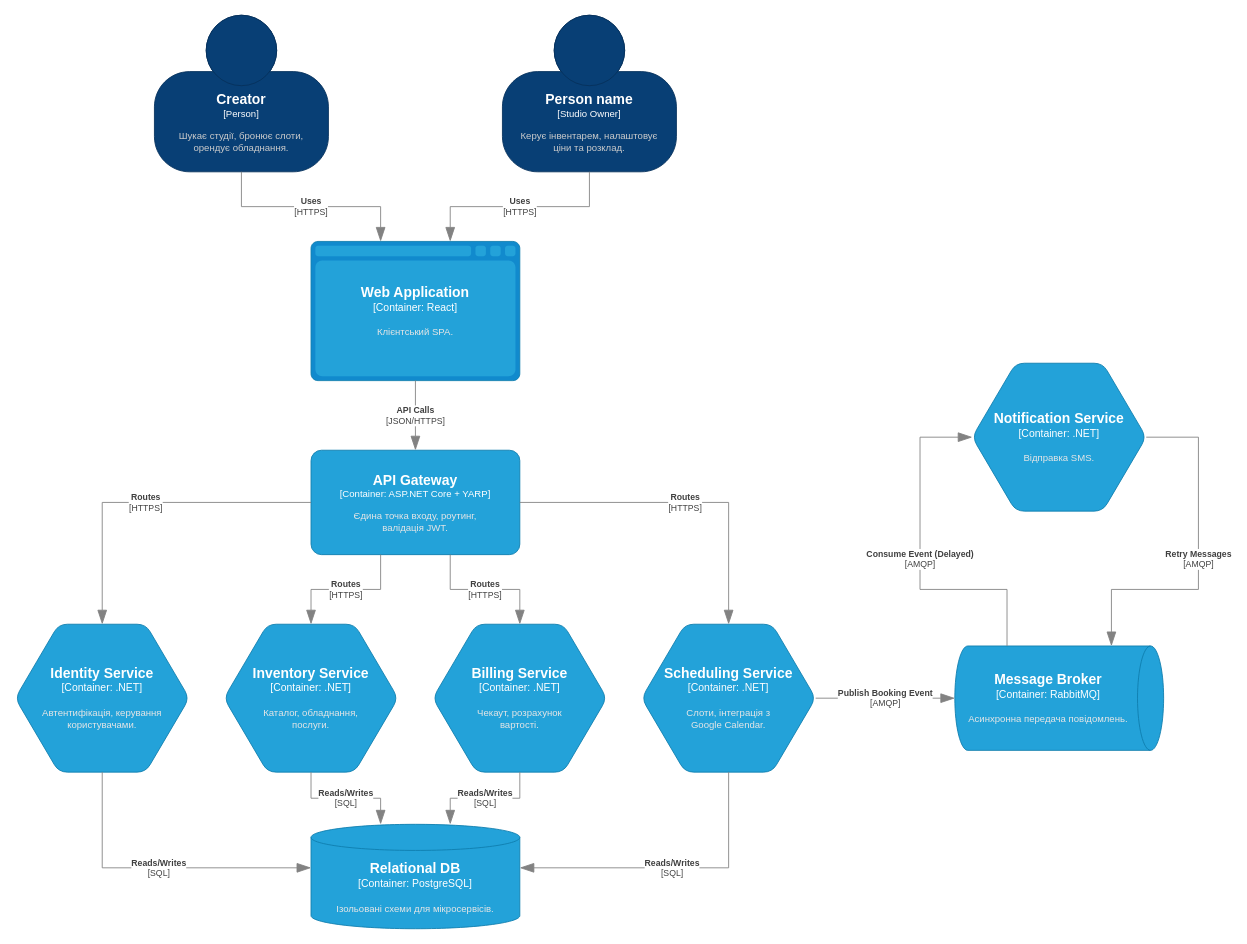
This is docs/assets/drawio/c4-level-2-container.drawio from spnchdev/cse-3-createspace, a draw.io file, before an edit. Source tidied: cells renumbered, new cells numbered last; positions are measured from the earlier drawing's top-left corner, leaving out a move shared by most shapes. Both pictures are drawn from the tidied source at 87%, with x=0, y=0 at pixel (15, 15).
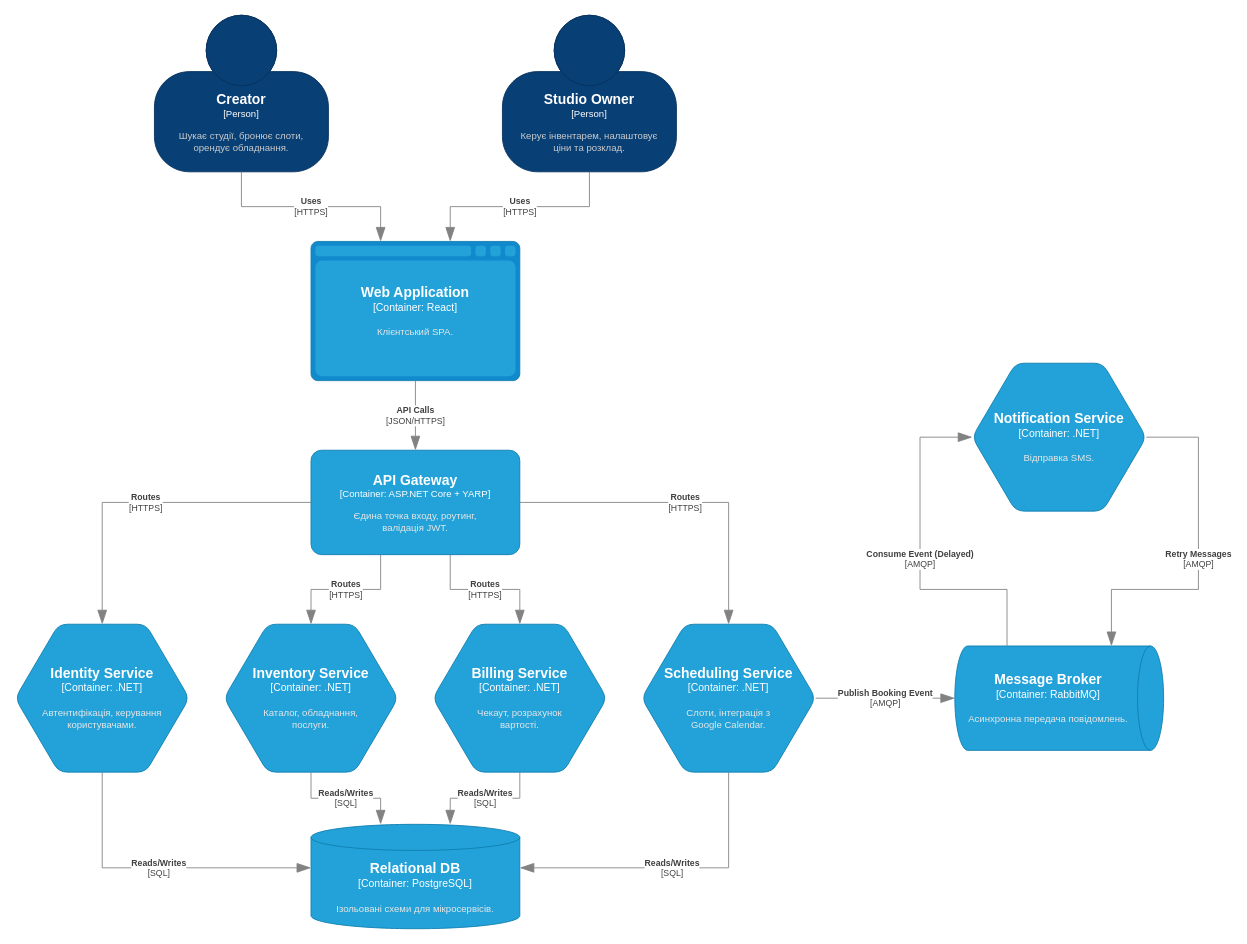
The same page after the edit.

Commit message (it also covers changes not shown here):
fix(lab2): fix the typo in lab2 diagrams

Diff of the diagram source:
```diff
@@
-    <object id="3" label="&lt;font style=&quot;font-size: 16px&quot;&gt;&lt;b&gt;%c4Name%&lt;/b&gt;&lt;/font&gt;&lt;div&gt;[%c4Type%]&lt;/div&gt;&lt;br&gt;&lt;div&gt;&lt;font style=&quot;font-size: 11px&quot;&gt;&lt;font color=&quot;#cccccc&quot;&gt;%c4Description%&lt;/font&gt;&lt;/div&gt;" c4Description="Керує інвентарем, налаштовує&#10;ціни та розклад." c4Name="Person name" c4Type="Studio Owner" placeholders="1">
+    <object id="3" label="&lt;font style=&quot;font-size: 16px&quot;&gt;&lt;b&gt;%c4Name%&lt;/b&gt;&lt;/font&gt;&lt;div&gt;[%c4Type%]&lt;/div&gt;&lt;br&gt;&lt;div&gt;&lt;font style=&quot;font-size: 11px&quot;&gt;&lt;font color=&quot;#cccccc&quot;&gt;%c4Description%&lt;/font&gt;&lt;/div&gt;" c4Description="Керує інвентарем, налаштовує&#10;ціни та розклад." c4Name="Studio Owner" c4Type="Person" placeholders="1">
       <mxCell style="html=1;fontSize=11;dashed=0;whiteSpace=wrap;fillColor=#083F75;strokeColor=#06315C;fontColor=#ffffff;shape=mxgraph.c4.person2;align=center;points=[[0.5,0,0],[1,0.5,0],[1,0.75,0],[0.75,1,0],[0.5,1,0],[0.25,1,0],[0,0.75,0],[0,0.5,0]];" parent="1" vertex="1">
         <mxGeometry x="560" width="200" height="180" as="geometry" />
       </mxCell>
     </object>
```
